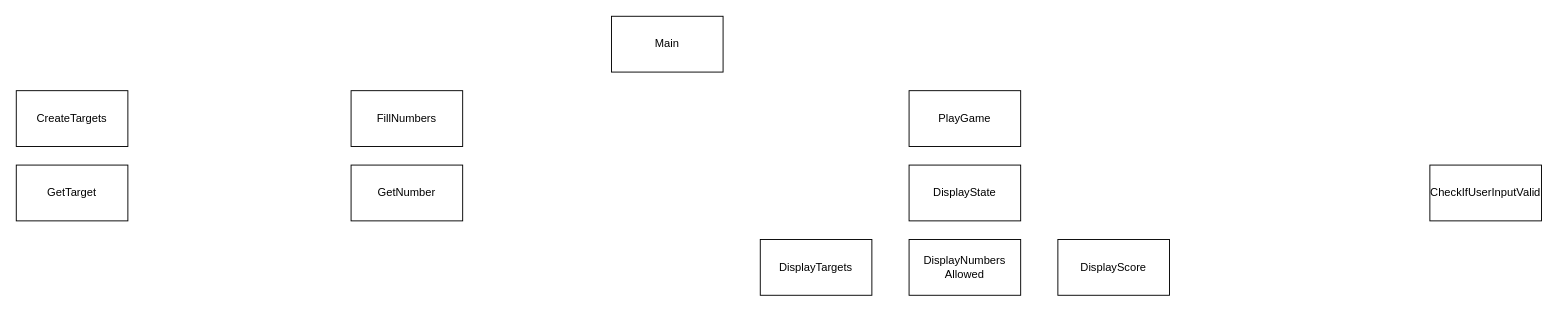
The draw.io diagram heirarchy_diagram.drawio in aryansharmastudies/pre_release_2025, before the edit. Source tidied: cells renumbered, new cells numbered last; positions are measured from the earlier drawing's top-left corner, leaving out a move shared by most shapes. Both pictures are drawn from the tidied source at 93%, with x=0, y=0 at pixel (16, 16).
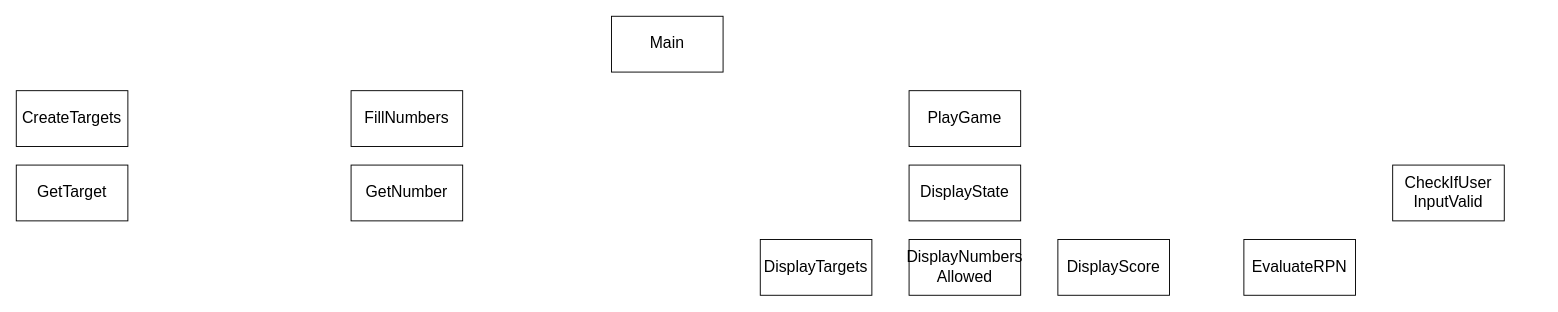
The same diagram, later.

Diff of the diagram source:
```diff
@@
 <mxGraphModel>
   <root>
     <mxCell id="0" />
     <mxCell id="1" parent="0" />
-    <mxCell id="2" value="Main" style="rounded=0;whiteSpace=wrap;html=1;" parent="1" vertex="1">
+    <mxCell id="2" value="Main" style="rounded=0;whiteSpace=wrap;html=1;fontSize=17;" parent="1" vertex="1">
       <mxGeometry x="640" width="120" height="60" as="geometry" />
     </mxCell>
-    <mxCell id="3" value="CreateTargets" style="rounded=0;whiteSpace=wrap;html=1;" parent="1" vertex="1">
+    <mxCell id="3" value="CreateTargets" style="rounded=0;whiteSpace=wrap;html=1;fontSize=17;" parent="1" vertex="1">
       <mxGeometry y="80" width="120" height="60" as="geometry" />
     </mxCell>
-    <mxCell id="4" value="FillNumbers" style="rounded=0;whiteSpace=wrap;html=1;" parent="1" vertex="1">
+    <mxCell id="4" value="FillNumbers" style="rounded=0;whiteSpace=wrap;html=1;fontSize=17;" parent="1" vertex="1">
       <mxGeometry x="360" y="80" width="120" height="60" as="geometry" />
     </mxCell>
-    <mxCell id="5" value="PlayGame" style="rounded=0;whiteSpace=wrap;html=1;" parent="1" vertex="1">
+    <mxCell id="5" value="PlayGame" style="rounded=0;whiteSpace=wrap;html=1;fontSize=17;" parent="1" vertex="1">
       <mxGeometry x="960" y="80" width="120" height="60" as="geometry" />
     </mxCell>
-    <mxCell id="6" value="GetTarget" style="rounded=0;whiteSpace=wrap;html=1;" parent="1" vertex="1">
+    <mxCell id="6" value="GetTarget" style="rounded=0;whiteSpace=wrap;html=1;fontSize=17;" parent="1" vertex="1">
       <mxGeometry y="160" width="120" height="60" as="geometry" />
     </mxCell>
-    <mxCell id="7" value="GetNumber" style="rounded=0;whiteSpace=wrap;html=1;" parent="1" vertex="1">
+    <mxCell id="7" value="GetNumber" style="rounded=0;whiteSpace=wrap;html=1;fontSize=17;" parent="1" vertex="1">
       <mxGeometry x="360" y="160" width="120" height="60" as="geometry" />
     </mxCell>
-    <mxCell id="8" value="DisplayState" style="rounded=0;whiteSpace=wrap;html=1;" parent="1" vertex="1">
+    <mxCell id="8" value="DisplayState" style="rounded=0;whiteSpace=wrap;html=1;fontSize=17;" parent="1" vertex="1">
       <mxGeometry x="960" y="160" width="120" height="60" as="geometry" />
     </mxCell>
-    <mxCell id="9" value="DisplayTargets" style="rounded=0;whiteSpace=wrap;html=1;" parent="1" vertex="1">
+    <mxCell id="9" value="DisplayTargets" style="rounded=0;whiteSpace=wrap;html=1;fontSize=17;" parent="1" vertex="1">
       <mxGeometry x="800" y="240" width="120" height="60" as="geometry" />
     </mxCell>
-    <mxCell id="10" value="DisplayNumbers&lt;div&gt;Allowed&lt;/div&gt;" style="rounded=0;whiteSpace=wrap;html=1;" parent="1" vertex="1">
+    <mxCell id="10" value="DisplayNumbers&lt;div&gt;Allowed&lt;/div&gt;" style="rounded=0;whiteSpace=wrap;html=1;fontSize=17;" parent="1" vertex="1">
       <mxGeometry x="960" y="240" width="120" height="60" as="geometry" />
     </mxCell>
-    <mxCell id="11" value="DisplayScore" style="rounded=0;whiteSpace=wrap;html=1;" parent="1" vertex="1">
+    <mxCell id="11" value="DisplayScore" style="rounded=0;whiteSpace=wrap;html=1;fontSize=17;" parent="1" vertex="1">
       <mxGeometry x="1120" y="240" width="120" height="60" as="geometry" />
     </mxCell>
-    <mxCell id="12" value="CheckIfUserInputValid" style="rounded=0;whiteSpace=wrap;html=1;" parent="1" vertex="1">
-      <mxGeometry x="1520" y="160" width="120" height="60" as="geometry" />
+    <mxCell id="12" value="CheckIfUser&lt;div&gt;InputValid&lt;/div&gt;" style="rounded=0;whiteSpace=wrap;html=1;fontSize=17;" parent="1" vertex="1">
+      <mxGeometry x="1480" y="160" width="120" height="60" as="geometry" />
     </mxCell>
+    <mxCell id="13" value="EvaluateRPN" style="rounded=0;whiteSpace=wrap;html=1;fontSize=17;" parent="1" vertex="1">
+      <mxGeometry x="1320" y="240" width="120" height="60" as="geometry" />
+    </mxCell>
   </root>
 </mxGraphModel>
```
